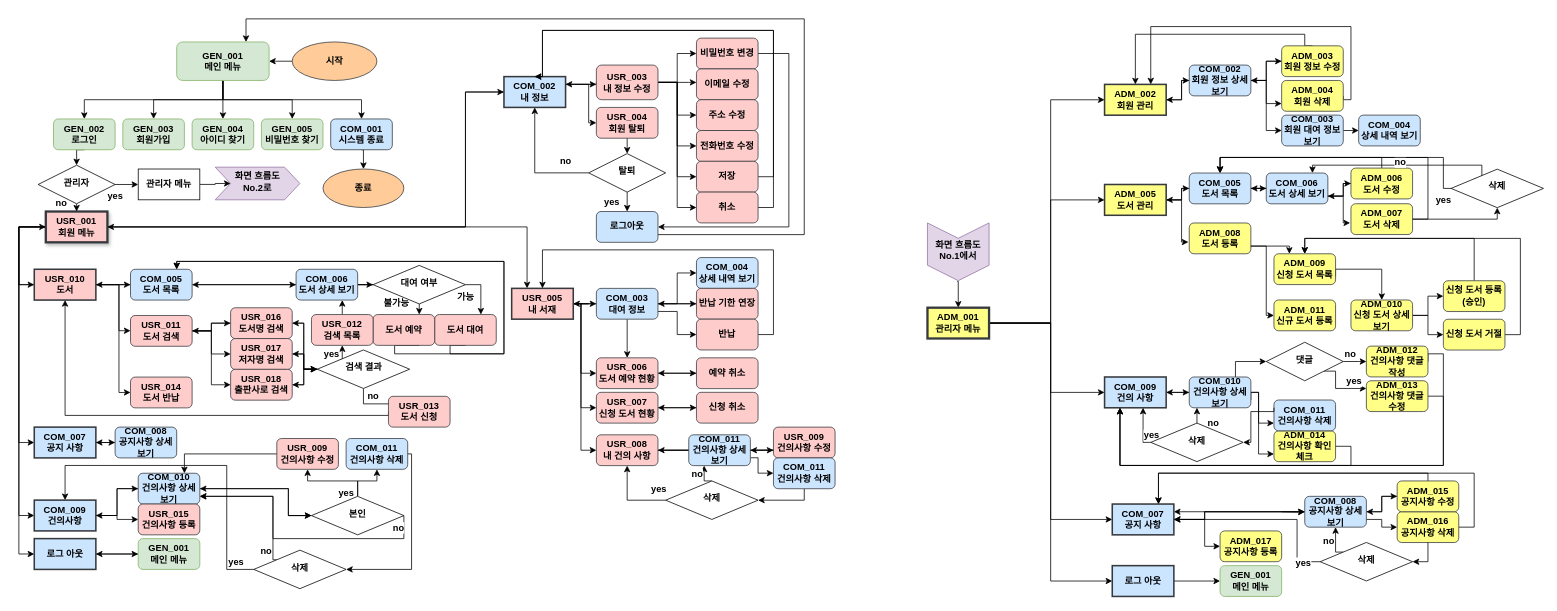
Before: flowchart.drawio in BeomSeokYu/Java-Books-Management, a draw.io diagram. Source tidied: cells renumbered, new cells numbered last; positions are measured from the earlier drawing's top-left corner, leaving out a move shared by most shapes. Both pictures are drawn from the tidied source at 77%, with x=0, y=0 at pixel (18, 18).
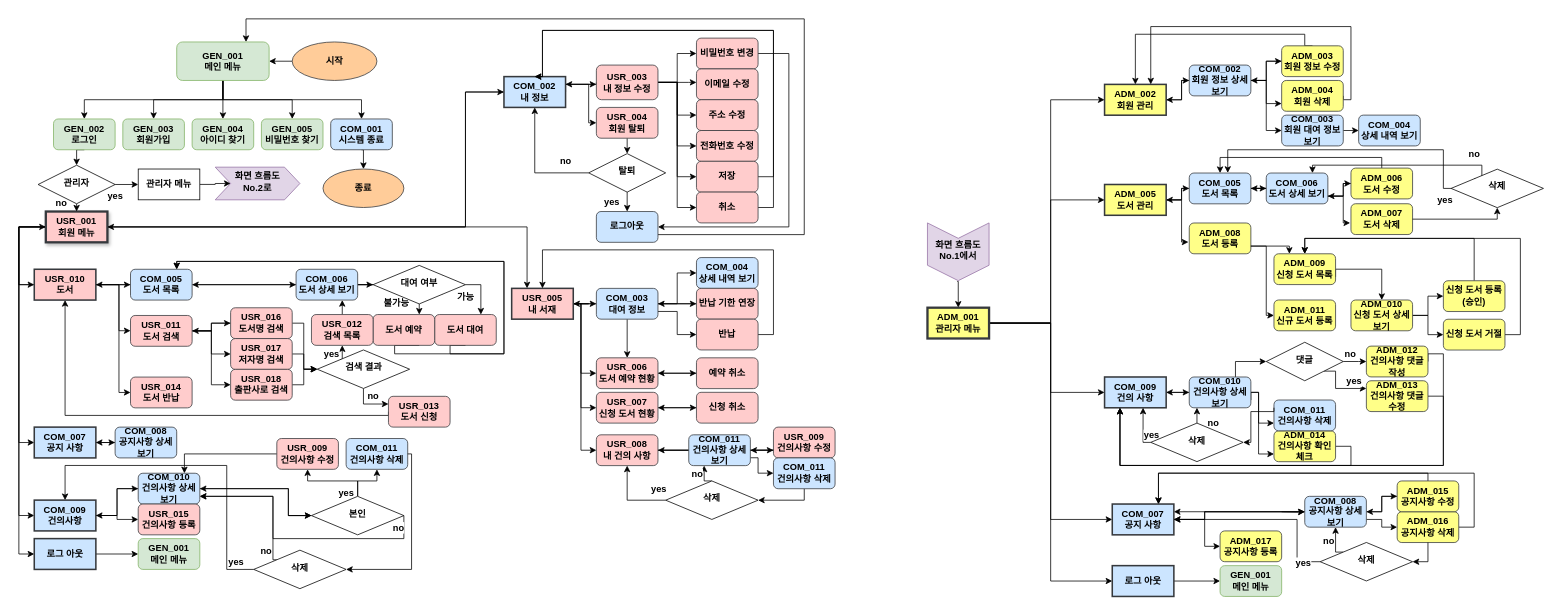
After the change.

Unchanged cells that the change refers to:
```xml
<mxCell id="43" value="로그 아웃" style="rounded=0;whiteSpace=wrap;html=1;fontSize=12;glass=0;strokeWidth=2;shadow=0;fillColor=#cce5ff;strokeColor=#36393d;fontStyle=1;" parent="1" vertex="1">
  <mxGeometry x="20" y="675" width="80" height="40" as="geometry" />
</mxCell>
<mxCell id="62" value="COM_005&lt;br style=&quot;font-size: 12px;&quot;&gt;도서 목록" style="rounded=1;whiteSpace=wrap;html=1;fontSize=12;glass=0;strokeWidth=1;shadow=0;fillColor=#cce5ff;strokeColor=#36393d;fontStyle=1;" parent="1" vertex="1">
  <mxGeometry x="1520" y="200.2" width="80" height="40" as="geometry" />
</mxCell>
<mxCell id="75" value="ADM_007&lt;br style=&quot;font-size: 12px;&quot;&gt;도서 삭제" style="rounded=1;whiteSpace=wrap;html=1;fontSize=12;glass=0;strokeWidth=1;shadow=0;fillColor=#ffff88;strokeColor=#36393d;fontStyle=1;" parent="1" vertex="1">
  <mxGeometry x="1730" y="240.1" width="80" height="40" as="geometry" />
</mxCell>
<mxCell id="158" value="USR_016&lt;br style=&quot;font-size: 12px;&quot;&gt;도서명 검색" style="rounded=1;whiteSpace=wrap;html=1;fontSize=12;glass=0;strokeWidth=1;shadow=0;fillColor=#ffcccc;strokeColor=#36393d;fontStyle=1;" parent="1" vertex="1">
  <mxGeometry x="275" y="375.2" width="80" height="40" as="geometry" />
</mxCell>
<mxCell id="160" value="USR_017&lt;br style=&quot;font-size: 12px;&quot;&gt;저자명 검색" style="rounded=1;whiteSpace=wrap;html=1;fontSize=12;glass=0;strokeWidth=1;shadow=0;fillColor=#ffcccc;strokeColor=#36393d;fontStyle=1;" parent="1" vertex="1">
  <mxGeometry x="275" y="415.2" width="80" height="40" as="geometry" />
</mxCell>
<mxCell id="162" value="USR_018&lt;br style=&quot;font-size: 12px;&quot;&gt;출판사로 검색" style="rounded=1;whiteSpace=wrap;html=1;fontSize=12;glass=0;strokeWidth=1;shadow=0;fillColor=#ffcccc;strokeColor=#36393d;fontStyle=1;" parent="1" vertex="1">
  <mxGeometry x="275" y="455.2" width="80" height="40" as="geometry" />
</mxCell>
<mxCell id="169" value="검색 결과" style="rhombus;whiteSpace=wrap;html=1;shadow=0;fontFamily=Helvetica;fontSize=12;align=center;strokeWidth=1;spacing=6;spacingTop=-4;fontStyle=1;" parent="1" vertex="1">
  <mxGeometry x="387.5" y="430" width="120" height="50" as="geometry" />
</mxCell>
<mxCell id="171" value="USR_013&lt;br style=&quot;font-size: 12px;&quot;&gt;도서 신청" style="rounded=1;whiteSpace=wrap;html=1;fontSize=12;glass=0;strokeWidth=1;shadow=0;fillColor=#ffcccc;strokeColor=#36393d;fontStyle=1;" parent="1" vertex="1">
  <mxGeometry x="480" y="490.2" width="80" height="40" as="geometry" />
</mxCell>
<mxCell id="207" value="GEN_001&lt;br style=&quot;font-size: 12px;&quot;&gt;메인 메뉴" style="rounded=1;whiteSpace=wrap;html=1;fontSize=12;glass=0;strokeWidth=1;shadow=0;fillColor=#d5e8d4;strokeColor=#82b366;fontStyle=1;" parent="1" vertex="1">
  <mxGeometry x="155" y="675" width="80" height="40" as="geometry" />
</mxCell>
<mxCell id="276" style="edgeStyle=orthogonalEdgeStyle;rounded=0;jettySize=auto;html=1;exitX=0;exitY=0;exitDx=0;exitDy=0;entryX=0.75;entryY=0;entryDx=0;entryDy=0;fontStyle=1;fontSize=12;" parent="1" edge="1" source="280" target="64">
  <mxGeometry relative="1" as="geometry">
    <Array as="points">
      <mxPoint x="1900" y="208" />
      <mxPoint x="1900" y="190" />
      <mxPoint x="1680" y="190" />
    </Array>
  </mxGeometry>
</mxCell>
<mxCell id="280" value="삭제" style="rhombus;whiteSpace=wrap;html=1;shadow=0;fontFamily=Helvetica;fontSize=12;align=center;strokeWidth=1;spacing=6;spacingTop=-4;fontStyle=1;" parent="1" vertex="1">
  <mxGeometry x="1860" y="195.2" width="120" height="50" as="geometry" />
</mxCell>
```

What changed in the source:
```diff
@@
-    <mxCell id="74" style="edgeStyle=orthogonalEdgeStyle;rounded=0;jettySize=auto;html=1;exitX=1;exitY=0.5;exitDx=0;exitDy=0;entryX=0.5;entryY=0;entryDx=0;entryDy=0;fontColor=default;fontStyle=1;fontSize=12;" parent="1" edge="1" source="75" target="62">
-      <mxGeometry relative="1" as="geometry">
-        <Array as="points">
-          <mxPoint x="1830" y="260" />
-          <mxPoint x="1830" y="180" />
-          <mxPoint x="1560" y="180" />
-        </Array>
-      </mxGeometry>
-    </mxCell>
@@
-    <mxCell id="163" value="no" style="edgeStyle=orthogonalEdgeStyle;rounded=0;jettySize=auto;html=1;exitX=0.5;exitY=1;exitDx=0;exitDy=0;fontColor=default;entryX=0.5;entryY=0;entryDx=0;entryDy=0;fontStyle=1;fontSize=12;" parent="1" edge="1" source="169" target="171">
-      <mxGeometry x="-0.37" y="10" relative="1" as="geometry" />
+    <mxCell id="163" value="no" style="edgeStyle=orthogonalEdgeStyle;rounded=0;jettySize=auto;html=1;exitX=0.5;exitY=1;exitDx=0;exitDy=0;fontColor=default;entryX=0;entryY=0.25;entryDx=0;entryDy=0;fontStyle=1;fontSize=12;" parent="1" edge="1" source="169" target="171">
+      <mxGeometry x="0.24" y="10" relative="1" as="geometry">
+        <Array as="points">
+          <mxPoint x="448" y="500" />
+        </Array>
+      </mxGeometry>
     </mxCell>
-    <mxCell id="164" style="edgeStyle=orthogonalEdgeStyle;rounded=0;jettySize=auto;html=1;exitX=0;exitY=0.5;exitDx=0;exitDy=0;entryX=1;entryY=0.5;entryDx=0;entryDy=0;fontStyle=1;fontSize=12;" parent="1" edge="1" source="169" target="158">
-      <mxGeometry relative="1" as="geometry">
-        <Array as="points">
-          <mxPoint x="370" y="455" />
-          <mxPoint x="370" y="395" />
-        </Array>
-      </mxGeometry>
-    </mxCell>
-    <mxCell id="165" style="edgeStyle=orthogonalEdgeStyle;rounded=0;jettySize=auto;html=1;exitX=0;exitY=0.5;exitDx=0;exitDy=0;entryX=1;entryY=0.5;entryDx=0;entryDy=0;fontStyle=1;fontSize=12;" parent="1" edge="1" source="169" target="160">
-      <mxGeometry relative="1" as="geometry">
-        <Array as="points">
-          <mxPoint x="370" y="455" />
-          <mxPoint x="370" y="435" />
-        </Array>
-      </mxGeometry>
-    </mxCell>
-    <mxCell id="166" style="edgeStyle=orthogonalEdgeStyle;rounded=0;jettySize=auto;html=1;exitX=0;exitY=0.5;exitDx=0;exitDy=0;entryX=1;entryY=0.5;entryDx=0;entryDy=0;fontStyle=1;fontSize=12;" parent="1" edge="1" source="169" target="162">
-      <mxGeometry relative="1" as="geometry">
-        <Array as="points">
-          <mxPoint x="370" y="455" />
-          <mxPoint x="370" y="475" />
-        </Array>
-      </mxGeometry>
-    </mxCell>
@@
-    <mxCell id="206" style="edgeStyle=orthogonalEdgeStyle;rounded=0;jettySize=auto;html=1;exitX=0;exitY=0.5;exitDx=0;exitDy=0;entryX=1;entryY=0.5;entryDx=0;entryDy=0;fontColor=default;fontStyle=1;fontSize=12;" parent="1" edge="1" source="207" target="43">
-      <mxGeometry relative="1" as="geometry" />
-    </mxCell>
@@
     <mxCell id="277" value="no" style="edgeLabel;html=1;align=center;verticalAlign=middle;fontStyle=1;fontSize=12;" parent="276" vertex="1">
       <mxGeometry x="-0.04" relative="1" as="geometry">
-        <mxPoint x="-10" y="-5" as="offset" />
+        <mxPoint x="86" y="-15" as="offset" />
       </mxGeometry>
     </mxCell>
-    <mxCell id="278" style="edgeStyle=orthogonalEdgeStyle;rounded=0;jettySize=auto;html=1;exitX=0;exitY=0.5;exitDx=0;exitDy=0;entryX=0.5;entryY=0;entryDx=0;entryDy=0;fontStyle=1;fontSize=12;" parent="1" edge="1" source="280" target="62">
+    <mxCell id="278" style="edgeStyle=orthogonalEdgeStyle;rounded=0;jettySize=auto;html=1;exitX=0;exitY=0.5;exitDx=0;exitDy=0;fontStyle=1;fontSize=12;" parent="1" edge="1" source="280">
       <mxGeometry relative="1" as="geometry">
+        <mxPoint x="1570" y="200" as="targetPoint" />
         <Array as="points">
           <mxPoint x="1850" y="220" />
-          <mxPoint x="1850" y="180" />
-          <mxPoint x="1560" y="180" />
+          <mxPoint x="1850" y="170" />
+          <mxPoint x="1570" y="170" />
+          <mxPoint x="1570" y="200" />
         </Array>
       </mxGeometry>
     </mxCell>
     <mxCell id="279" value="yes" style="edgeLabel;html=1;align=center;verticalAlign=middle;fontStyle=1;fontSize=12;" parent="278" vertex="1">
       <mxGeometry x="-0.68" relative="1" as="geometry">
-        <mxPoint x="7" y="54" as="offset" />
+        <mxPoint x="1" y="64" as="offset" />
       </mxGeometry>
     </mxCell>
```
